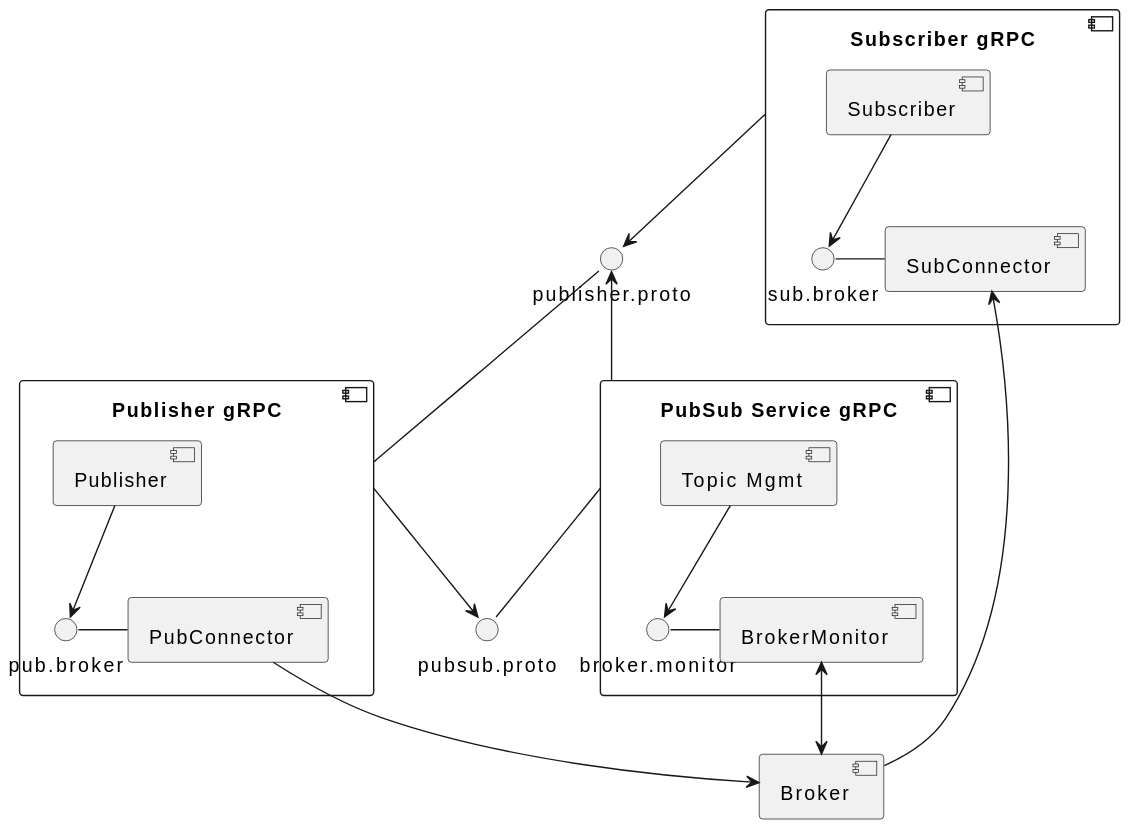
Earlier version of the PlantUML export docs/diagrams/pubsub_component_broker_interface.svg (eclipse-chariott/Agemo). Its diagram source:
```plantuml
@startuml
component "Publisher gRPC" as pub {
    [Publisher] --> pub.broker
    pub.broker - [PubConnector]
}

pub -up- publisher.proto
pub --> pubsub.proto

component "PubSub Service gRPC" as ps_service {
    [Topic Mgmt] --> broker.monitor
    broker.monitor - [BrokerMonitor]
}

ps_service -- pubsub.proto
ps_service -up-> publisher.proto

component "Subscriber gRPC" as sub {
    [Subscriber] --> sub.broker
    sub.broker - [SubConnector]
}

sub --> publisher.proto

[PubConnector] -down-> [Broker]
[BrokerMonitor] <-down-> [Broker]
[Broker] -> [SubConnector]
@enduml
```
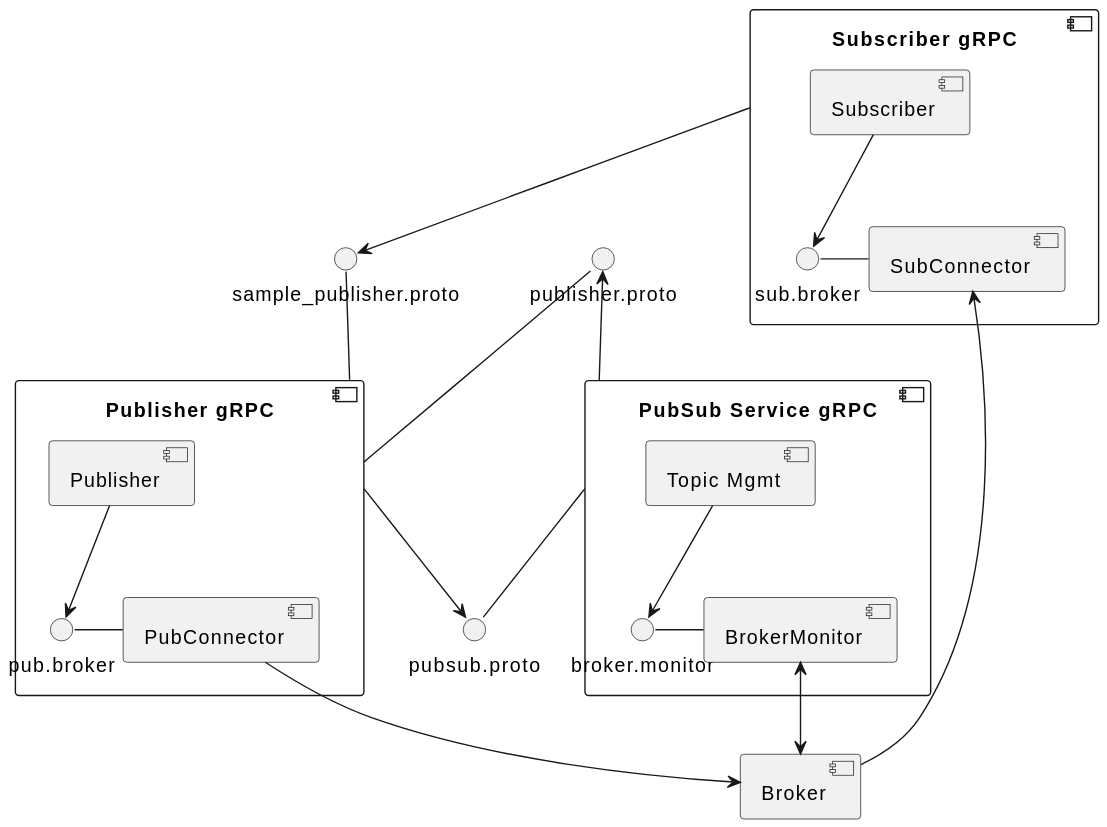
The same file after the commit.

Diff of the diagram source:
```diff
@@ -1,10 +1,11 @@
-@startuml
+@startuml pubsub component diagram with broker interface
 component "Publisher gRPC" as pub {
     [Publisher] --> pub.broker
     pub.broker - [PubConnector]
 }
 
 pub -up- publisher.proto
+pub -up- sample_publisher.proto
 pub --> pubsub.proto
 
 component "PubSub Service gRPC" as ps_service {
@@ -20,9 +21,10 @@
     sub.broker - [SubConnector]
 }
 
-sub --> publisher.proto
+sub --> sample_publisher.proto
 
 [PubConnector] -down-> [Broker]
 [BrokerMonitor] <-down-> [Broker]
 [Broker] -> [SubConnector]
+
 @enduml
```
